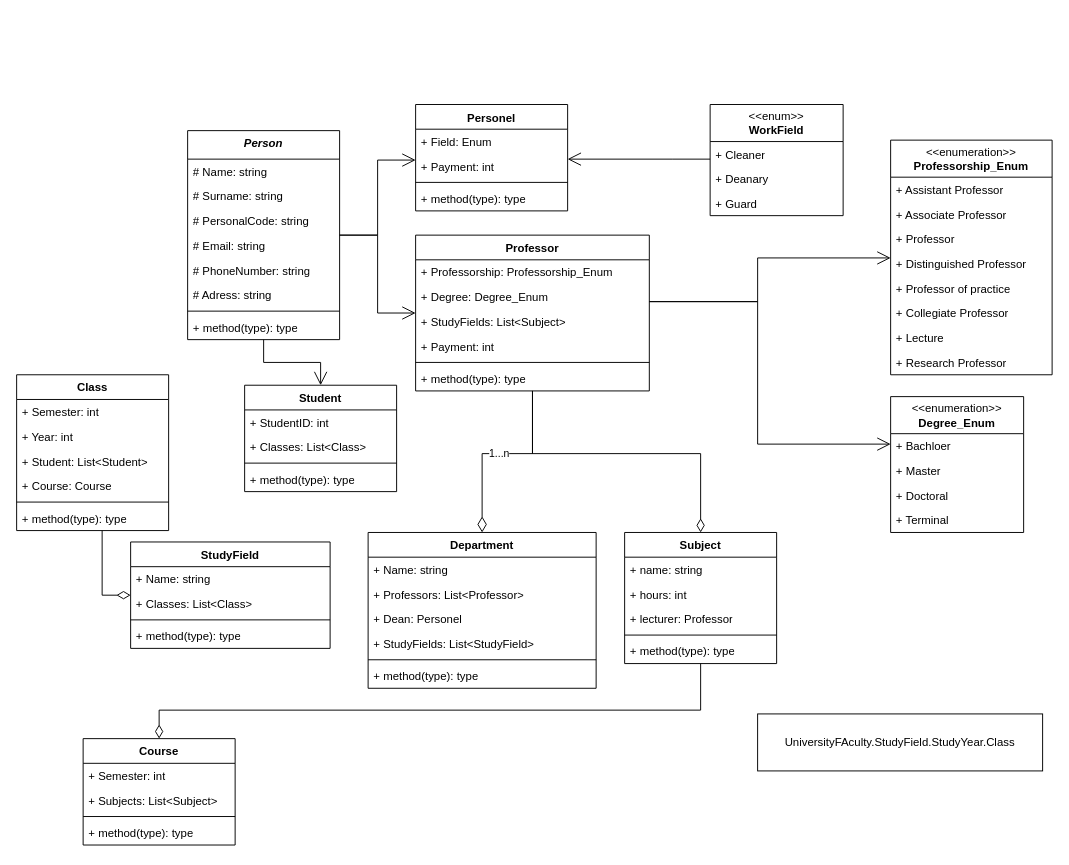
Before: uml.drawio in Rzyczu/college, a draw.io diagram. Source tidied: cells renumbered, new cells numbered last; positions are measured from the earlier drawing's top-left corner, leaving out a move shared by most shapes. Both pictures are drawn from the tidied source at 95%, with x=0, y=0 at pixel (16, 104).
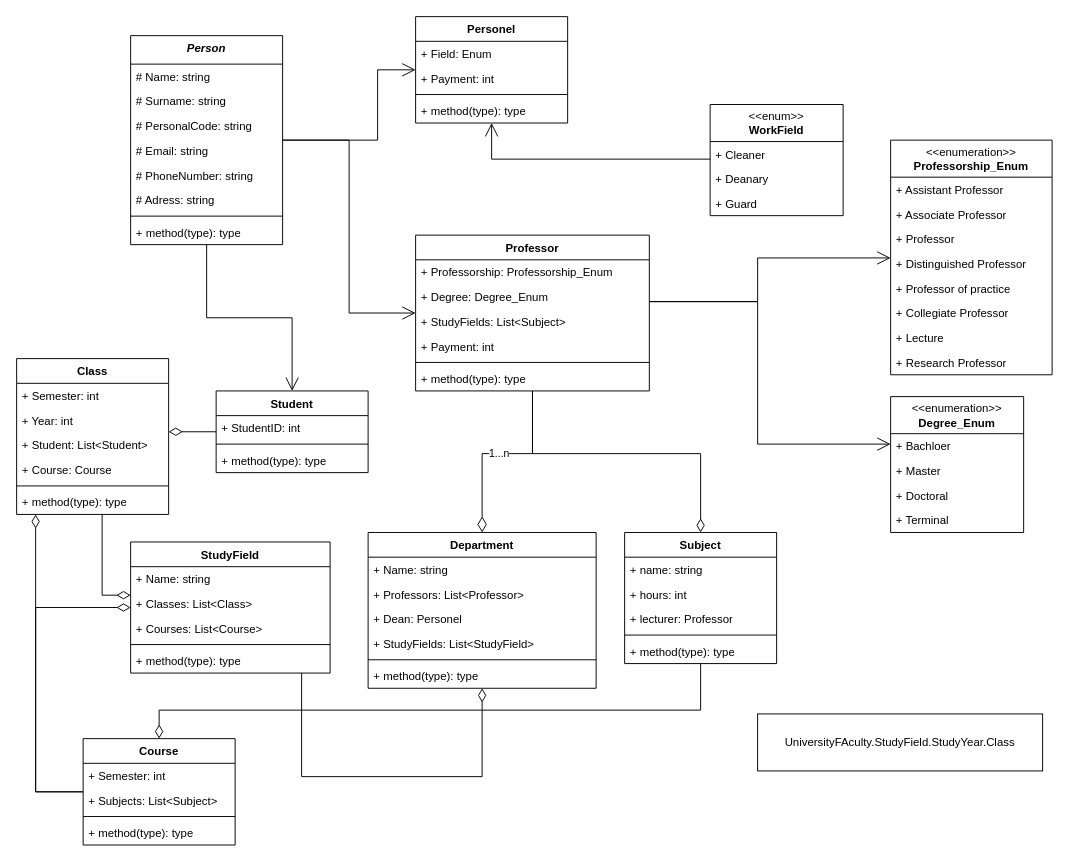
Above is the later version.

The change refers to these unchanged cells:
```xml
<mxCell id="26" value="&lt;div&gt;&lt;b&gt;Department&lt;/b&gt;&lt;/div&gt;" style="swimlane;fontStyle=1;align=center;verticalAlign=top;horizontal=1;startSize=26;whiteSpace=wrap;html=1;" parent="1" vertex="1">
  <mxGeometry x="370" y="451" width="240" height="164" as="geometry" />
</mxCell>
<mxCell id="70" value="&lt;b&gt;Course&lt;/b&gt;" style="swimlane;fontStyle=1;align=center;verticalAlign=top;horizontal=1;startSize=26;whiteSpace=wrap;html=1;" parent="1" vertex="1">
  <mxGeometry x="70" y="668" width="160" height="112" as="geometry" />
</mxCell>
```

What changed in the source:
```diff
@@
     <mxCell id="2" value="&lt;b&gt;Class&lt;/b&gt;" style="swimlane;fontStyle=1;align=center;verticalAlign=top;horizontal=1;startSize=26;whiteSpace=wrap;html=1;" parent="1" vertex="1">
-      <mxGeometry y="285" width="160" height="164" as="geometry" />
+      <mxGeometry y="268" width="160" height="164" as="geometry" />
     </mxCell>
@@
     <mxCell id="9" value="&lt;b&gt;Student&lt;/b&gt;" style="swimlane;fontStyle=1;align=center;verticalAlign=top;horizontal=1;startSize=26;whiteSpace=wrap;html=1;" parent="1" vertex="1">
-      <mxGeometry x="240" y="296" width="160" height="112" as="geometry" />
+      <mxGeometry x="210" y="302" width="160" height="86" as="geometry" />
     </mxCell>
@@
-    <mxCell id="11" value="+ Classes: List&amp;lt;Class&amp;gt;" style="text;strokeColor=none;fillColor=none;align=left;verticalAlign=top;spacingLeft=4;spacingRight=4;overflow=hidden;whiteSpace=wrap;html=1;" parent="9" vertex="1">
-      <mxGeometry y="52" width="160" height="26" as="geometry" />
-    </mxCell>
     <mxCell id="12" style="line;strokeWidth=1;fillColor=none;align=left;verticalAlign=middle;spacingTop=-1;spacingLeft=3;spacingRight=3;labelPosition=right;strokeColor=inherit;" parent="9" vertex="1">
-      <mxGeometry y="78" width="160" height="8" as="geometry" />
+      <mxGeometry y="52" width="160" height="8" as="geometry" />
     </mxCell>
     <mxCell id="13" value="+ method(type): type" style="text;strokeColor=none;fillColor=none;align=left;verticalAlign=top;spacingLeft=4;spacingRight=4;overflow=hidden;whiteSpace=wrap;html=1;" parent="9" vertex="1">
-      <mxGeometry y="86" width="160" height="26" as="geometry" />
+      <mxGeometry y="60" width="160" height="26" as="geometry" />
     </mxCell>
@@
     <mxCell id="21" value="&lt;b&gt;Personel&lt;/b&gt;" style="swimlane;fontStyle=1;align=center;verticalAlign=top;horizontal=1;startSize=26;whiteSpace=wrap;html=1;" parent="1" vertex="1">
-      <mxGeometry x="420" y="0.5" width="160" height="112" as="geometry" />
+      <mxGeometry x="420" y="-92" width="160" height="112" as="geometry" />
     </mxCell>
@@
     <mxCell id="33" value="&lt;b&gt;StudyField&lt;/b&gt;" style="swimlane;fontStyle=1;align=center;verticalAlign=top;horizontal=1;startSize=26;whiteSpace=wrap;html=1;" parent="1" vertex="1">
-      <mxGeometry x="120" y="461" width="210" height="112" as="geometry" />
+      <mxGeometry x="120" y="461" width="210" height="138" as="geometry" />
     </mxCell>
@@
+    <mxCell id="87" value="+ Courses: List&amp;lt;Course&amp;gt;" style="text;strokeColor=none;fillColor=none;align=left;verticalAlign=top;spacingLeft=4;spacingRight=4;overflow=hidden;whiteSpace=wrap;html=1;" parent="33" vertex="1">
+      <mxGeometry y="78" width="210" height="26" as="geometry" />
+    </mxCell>
     <mxCell id="36" style="line;strokeWidth=1;fillColor=none;align=left;verticalAlign=middle;spacingTop=-1;spacingLeft=3;spacingRight=3;labelPosition=right;strokeColor=inherit;" parent="33" vertex="1">
-      <mxGeometry y="78" width="210" height="8" as="geometry" />
+      <mxGeometry y="104" width="210" height="8" as="geometry" />
     </mxCell>
     <mxCell id="37" value="+ method(type): type" style="text;strokeColor=none;fillColor=none;align=left;verticalAlign=top;spacingLeft=4;spacingRight=4;overflow=hidden;whiteSpace=wrap;html=1;" parent="33" vertex="1">
-      <mxGeometry y="86" width="210" height="26" as="geometry" />
+      <mxGeometry y="112" width="210" height="26" as="geometry" />
     </mxCell>
     <mxCell id="38" value="Person" style="swimlane;fontStyle=3;align=center;verticalAlign=top;horizontal=1;startSize=30;whiteSpace=wrap;html=1;" parent="1" vertex="1">
-      <mxGeometry x="180" y="28" width="160" height="220" as="geometry" />
+      <mxGeometry x="120" y="-72" width="160" height="220" as="geometry" />
     </mxCell>
@@
     <mxCell id="82" style="endArrow=open;endFill=1;endSize=12;html=1;rounded=0;edgeStyle=orthogonalEdgeStyle;" parent="1" edge="1" source="38" target="21">
       <mxGeometry relative="1" as="geometry">
         <Array as="points">
-          <mxPoint x="380" y="138" />
-          <mxPoint x="380" y="59" />
+          <mxPoint x="380" y="38" />
+          <mxPoint x="380" y="-36" />
         </Array>
       </mxGeometry>
     </mxCell>
@@
+    <mxCell id="88" style="endArrow=diamondThin;html=1;endSize=12;startArrow=none;startSize=14;startFill=0;edgeStyle=orthogonalEdgeStyle;rounded=0;endFill=0;" parent="1" edge="1" source="70" target="33">
+      <mxGeometry relative="1" as="geometry">
+        <Array as="points">
+          <mxPoint x="20" y="724" />
+          <mxPoint x="20" y="530" />
+        </Array>
+      </mxGeometry>
+    </mxCell>
+    <mxCell id="89" style="endArrow=diamondThin;html=1;endSize=12;startArrow=none;startSize=14;startFill=0;edgeStyle=orthogonalEdgeStyle;rounded=0;endFill=0;" parent="1" edge="1" source="33" target="26">
+      <mxGeometry relative="1" as="geometry">
+        <Array as="points">
+          <mxPoint x="300" y="708" />
+          <mxPoint x="490" y="708" />
+        </Array>
+      </mxGeometry>
+    </mxCell>
+    <mxCell id="90" style="endArrow=diamondThin;html=1;endSize=12;startArrow=none;startSize=14;startFill=0;edgeStyle=orthogonalEdgeStyle;rounded=0;endFill=0;" parent="1" edge="1" source="70" target="2">
+      <mxGeometry relative="1" as="geometry">
+        <Array as="points">
+          <mxPoint x="20" y="724" />
+        </Array>
+      </mxGeometry>
+    </mxCell>
+    <mxCell id="91" style="endArrow=diamondThin;html=1;endSize=12;startArrow=none;startSize=14;startFill=0;edgeStyle=orthogonalEdgeStyle;rounded=0;endFill=0;" parent="1" edge="1" source="9" target="2">
+      <mxGeometry relative="1" as="geometry">
+        <Array as="points">
+          <mxPoint x="210" y="328" />
+          <mxPoint x="210" y="328" />
+        </Array>
+      </mxGeometry>
+    </mxCell>
```
